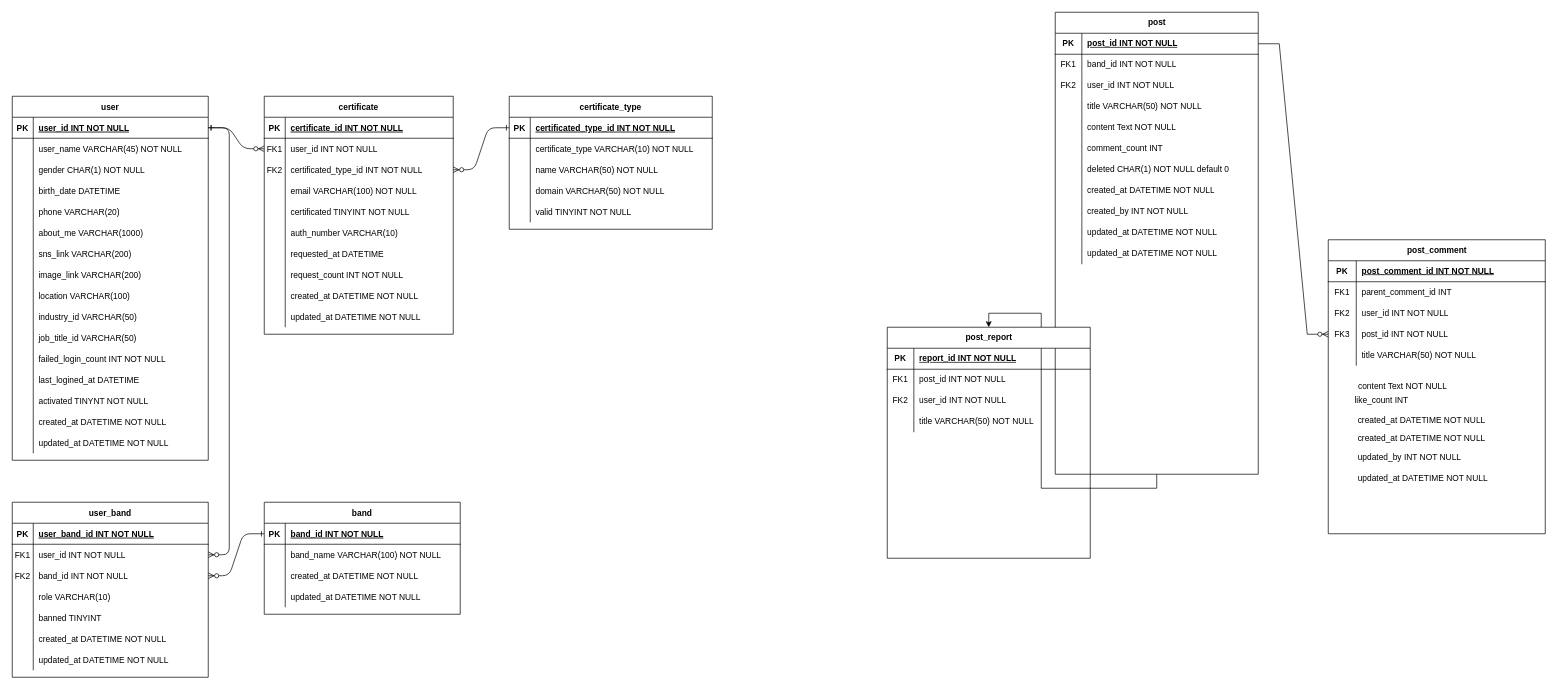
The draw.io diagram ERD.drawio in Peer-Band/Peer-Band-DB, before the edit. Source tidied: cells renumbered, new cells numbered last; positions are measured from the earlier drawing's top-left corner, leaving out a move shared by most shapes. Both pictures are drawn from the tidied source at 70%, with x=0, y=0 at pixel (12, 12).
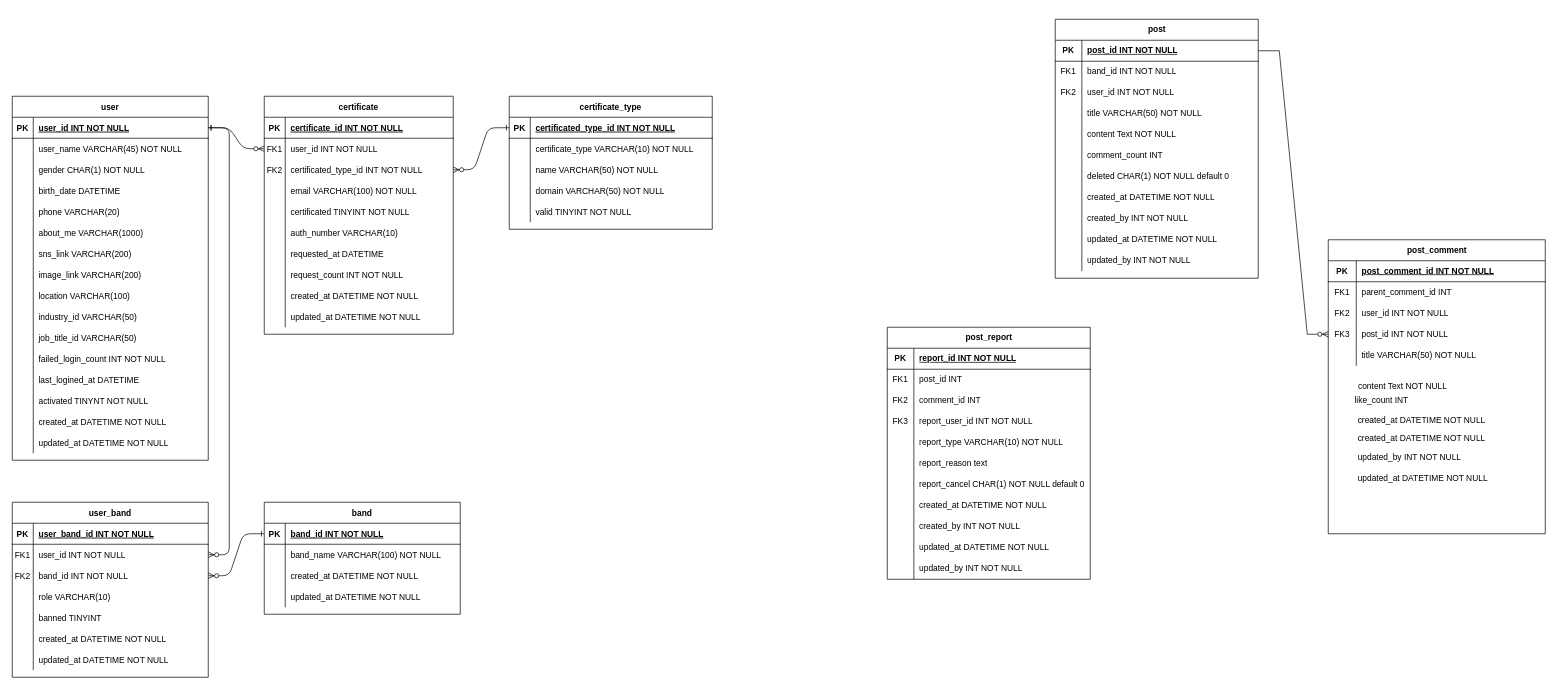
The same diagram, later.

Unchanged cells that the change refers to:
```xml
<mxCell id="169" style="shape=tableRow;horizontal=0;startSize=0;swimlaneHead=0;swimlaneBody=0;fillColor=none;top=0;left=0;right=0;bottom=0;" parent="138" vertex="1">
  <mxGeometry y="330" width="290" height="30" as="geometry" />
</mxCell>
<mxCell id="199" style="shape=tableRow;horizontal=0;startSize=0;swimlaneHead=0;swimlaneBody=0;fillColor=none;top=0;left=0;right=0;bottom=0;" parent="195" vertex="1">
  <mxGeometry y="60" width="290" height="30" as="geometry" />
</mxCell>
<mxCell id="202" style="shape=tableRow;horizontal=0;startSize=0;swimlaneHead=0;swimlaneBody=0;fillColor=none;top=0;left=0;right=0;bottom=0;" parent="195" vertex="1">
  <mxGeometry y="90" width="290" height="30" as="geometry" />
</mxCell>
<mxCell id="205" style="shape=tableRow;horizontal=0;startSize=0;swimlaneHead=0;swimlaneBody=0;fillColor=none;top=0;left=0;right=0;bottom=0;" parent="195" vertex="1">
  <mxGeometry y="120" width="290" height="30" as="geometry" />
</mxCell>
```

The edit, as a diff of the source:
```diff
@@
-    <mxCell id="137" style="edgeStyle=orthogonalEdgeStyle;rounded=0;jettySize=auto;html=1;" parent="1" edge="1" source="138" target="195">
-      <mxGeometry relative="1" as="geometry" />
-    </mxCell>
     <mxCell id="138" value="post" style="shape=table;startSize=30;childLayout=tableLayout;rowLines=0;fontStyle=1;align=center;html=1;" parent="1" vertex="1">
-      <mxGeometry x="1490" width="290" height="660" as="geometry" />
+      <mxGeometry x="1490" y="10" width="290" height="370" as="geometry" />
     </mxCell>
@@
-    <mxCell id="171" value="updated_at DATETIME NOT NULL" style="shape=partialRectangle;fillColor=none;top=0;left=0;bottom=0;right=0;align=left;spacingLeft=6;overflow=hidden;whiteSpace=wrap;html=1;" parent="169" vertex="1">
+    <mxCell id="171" value="updated_by INT NOT NULL" style="shape=partialRectangle;fillColor=none;top=0;left=0;bottom=0;right=0;align=left;spacingLeft=6;overflow=hidden;whiteSpace=wrap;html=1;" parent="169" vertex="1">
       <mxGeometry x="38" width="252" height="30" as="geometry" />
     </mxCell>
@@
     <mxCell id="195" value="post_report" style="shape=table;startSize=30;childLayout=tableLayout;rowLines=0;fontStyle=1;align=center;html=1;" parent="1" vertex="1">
-      <mxGeometry x="1250" y="450" width="290" height="330" as="geometry" />
+      <mxGeometry x="1250" y="450" width="290" height="360" as="geometry" />
     </mxCell>
@@
-    <mxCell id="201" value="post_id INT NOT NULL" style="shape=partialRectangle;fillColor=none;top=0;left=0;bottom=0;right=0;align=left;spacingLeft=6;overflow=hidden;whiteSpace=wrap;html=1;" parent="199" vertex="1">
+    <mxCell id="201" value="post_id INT" style="shape=partialRectangle;fillColor=none;top=0;left=0;bottom=0;right=0;align=left;spacingLeft=6;overflow=hidden;whiteSpace=wrap;html=1;" parent="199" vertex="1">
       <mxGeometry x="38" width="252" height="30" as="geometry" />
     </mxCell>
@@
-    <mxCell id="204" value="user_id INT NOT NULL" style="shape=partialRectangle;fillColor=none;top=0;left=0;bottom=0;right=0;align=left;spacingLeft=6;overflow=hidden;whiteSpace=wrap;html=1;" parent="202" vertex="1">
+    <mxCell id="204" value="comment_id INT&amp;nbsp;" style="shape=partialRectangle;fillColor=none;top=0;left=0;bottom=0;right=0;align=left;spacingLeft=6;overflow=hidden;whiteSpace=wrap;html=1;" parent="202" vertex="1">
       <mxGeometry x="38" width="252" height="30" as="geometry" />
     </mxCell>
@@
-    <mxCell id="206" style="shape=partialRectangle;fillColor=none;top=0;left=0;bottom=0;right=0;overflow=hidden;whiteSpace=wrap;html=1;" parent="205" vertex="1">
+    <mxCell id="206" value="FK3" style="shape=partialRectangle;fillColor=none;top=0;left=0;bottom=0;right=0;overflow=hidden;whiteSpace=wrap;html=1;" parent="205" vertex="1">
       <mxGeometry width="38" height="30" as="geometry" />
     </mxCell>
-    <mxCell id="207" value="title VARCHAR(50) NOT NULL" style="shape=partialRectangle;fillColor=none;top=0;left=0;bottom=0;right=0;align=left;spacingLeft=6;overflow=hidden;whiteSpace=wrap;html=1;" parent="205" vertex="1">
+    <mxCell id="207" value="report_user_id INT NOT NULL" style="shape=partialRectangle;fillColor=none;top=0;left=0;bottom=0;right=0;align=left;spacingLeft=6;overflow=hidden;whiteSpace=wrap;html=1;" parent="205" vertex="1">
       <mxGeometry x="38" width="252" height="30" as="geometry" />
     </mxCell>
+    <mxCell id="208" style="shape=tableRow;horizontal=0;startSize=0;swimlaneHead=0;swimlaneBody=0;fillColor=none;top=0;left=0;right=0;bottom=0;" parent="195" vertex="1">
+      <mxGeometry y="150" width="290" height="30" as="geometry" />
+    </mxCell>
+    <mxCell id="209" style="shape=partialRectangle;fillColor=none;top=0;left=0;bottom=0;right=0;overflow=hidden;whiteSpace=wrap;html=1;" parent="208" vertex="1">
+      <mxGeometry width="38" height="30" as="geometry" />
+    </mxCell>
+    <mxCell id="210" value="report_type VARCHAR(10) NOT NULL" style="shape=partialRectangle;fillColor=none;top=0;left=0;bottom=0;right=0;align=left;spacingLeft=6;overflow=hidden;whiteSpace=wrap;html=1;" parent="208" vertex="1">
+      <mxGeometry x="38" width="252" height="30" as="geometry" />
+    </mxCell>
+    <mxCell id="211" style="shape=tableRow;horizontal=0;startSize=0;swimlaneHead=0;swimlaneBody=0;fillColor=none;top=0;left=0;right=0;bottom=0;" parent="195" vertex="1">
+      <mxGeometry y="180" width="290" height="30" as="geometry" />
+    </mxCell>
+    <mxCell id="212" style="shape=partialRectangle;fillColor=none;top=0;left=0;bottom=0;right=0;overflow=hidden;whiteSpace=wrap;html=1;" parent="211" vertex="1">
+      <mxGeometry width="38" height="30" as="geometry" />
+    </mxCell>
+    <mxCell id="213" value="report_reason text" style="shape=partialRectangle;fillColor=none;top=0;left=0;bottom=0;right=0;align=left;spacingLeft=6;overflow=hidden;whiteSpace=wrap;html=1;" parent="211" vertex="1">
+      <mxGeometry x="38" width="252" height="30" as="geometry" />
+    </mxCell>
+    <mxCell id="214" style="shape=tableRow;horizontal=0;startSize=0;swimlaneHead=0;swimlaneBody=0;fillColor=none;top=0;left=0;right=0;bottom=0;" parent="195" vertex="1">
+      <mxGeometry y="210" width="290" height="30" as="geometry" />
+    </mxCell>
+    <mxCell id="215" style="shape=partialRectangle;fillColor=none;top=0;left=0;bottom=0;right=0;overflow=hidden;whiteSpace=wrap;html=1;" parent="214" vertex="1">
+      <mxGeometry width="38" height="30" as="geometry" />
+    </mxCell>
+    <mxCell id="216" value="report_cancel CHAR(1) NOT NULL default 0" style="shape=partialRectangle;fillColor=none;top=0;left=0;bottom=0;right=0;align=left;spacingLeft=6;overflow=hidden;whiteSpace=wrap;html=1;" parent="214" vertex="1">
+      <mxGeometry x="38" width="252" height="30" as="geometry" />
+    </mxCell>
+    <mxCell id="217" style="shape=tableRow;horizontal=0;startSize=0;swimlaneHead=0;swimlaneBody=0;fillColor=none;top=0;left=0;right=0;bottom=0;" parent="195" vertex="1">
+      <mxGeometry y="240" width="290" height="30" as="geometry" />
+    </mxCell>
+    <mxCell id="218" style="shape=partialRectangle;fillColor=none;top=0;left=0;bottom=0;right=0;overflow=hidden;whiteSpace=wrap;html=1;" parent="217" vertex="1">
+      <mxGeometry width="38" height="30" as="geometry" />
+    </mxCell>
+    <mxCell id="219" value="created_at DATETIME NOT NULL" style="shape=partialRectangle;fillColor=none;top=0;left=0;bottom=0;right=0;align=left;spacingLeft=6;overflow=hidden;whiteSpace=wrap;html=1;" parent="217" vertex="1">
+      <mxGeometry x="38" width="252" height="30" as="geometry" />
+    </mxCell>
+    <mxCell id="220" style="shape=tableRow;horizontal=0;startSize=0;swimlaneHead=0;swimlaneBody=0;fillColor=none;top=0;left=0;right=0;bottom=0;" parent="195" vertex="1">
+      <mxGeometry y="270" width="290" height="30" as="geometry" />
+    </mxCell>
+    <mxCell id="221" style="shape=partialRectangle;fillColor=none;top=0;left=0;bottom=0;right=0;overflow=hidden;whiteSpace=wrap;html=1;" parent="220" vertex="1">
+      <mxGeometry width="38" height="30" as="geometry" />
+    </mxCell>
+    <mxCell id="222" value="created_by INT NOT NULL" style="shape=partialRectangle;fillColor=none;top=0;left=0;bottom=0;right=0;align=left;spacingLeft=6;overflow=hidden;whiteSpace=wrap;html=1;" parent="220" vertex="1">
+      <mxGeometry x="38" width="252" height="30" as="geometry" />
+    </mxCell>
+    <mxCell id="223" style="shape=tableRow;horizontal=0;startSize=0;swimlaneHead=0;swimlaneBody=0;fillColor=none;top=0;left=0;right=0;bottom=0;" parent="195" vertex="1">
+      <mxGeometry y="300" width="290" height="30" as="geometry" />
+    </mxCell>
+    <mxCell id="224" style="shape=partialRectangle;fillColor=none;top=0;left=0;bottom=0;right=0;overflow=hidden;whiteSpace=wrap;html=1;" parent="223" vertex="1">
+      <mxGeometry width="38" height="30" as="geometry" />
+    </mxCell>
+    <mxCell id="225" value="updated_at DATETIME NOT NULL" style="shape=partialRectangle;fillColor=none;top=0;left=0;bottom=0;right=0;align=left;spacingLeft=6;overflow=hidden;whiteSpace=wrap;html=1;" parent="223" vertex="1">
+      <mxGeometry x="38" width="252" height="30" as="geometry" />
+    </mxCell>
+    <mxCell id="226" style="shape=tableRow;horizontal=0;startSize=0;swimlaneHead=0;swimlaneBody=0;fillColor=none;top=0;left=0;right=0;bottom=0;" parent="195" vertex="1">
+      <mxGeometry y="330" width="290" height="30" as="geometry" />
+    </mxCell>
+    <mxCell id="227" style="shape=partialRectangle;fillColor=none;top=0;left=0;bottom=0;right=0;overflow=hidden;whiteSpace=wrap;html=1;" parent="226" vertex="1">
+      <mxGeometry width="38" height="30" as="geometry" />
+    </mxCell>
+    <mxCell id="228" value="updated_by INT NOT NULL" style="shape=partialRectangle;fillColor=none;top=0;left=0;bottom=0;right=0;align=left;spacingLeft=6;overflow=hidden;whiteSpace=wrap;html=1;" parent="226" vertex="1">
+      <mxGeometry x="38" width="252" height="30" as="geometry" />
+    </mxCell>
```
